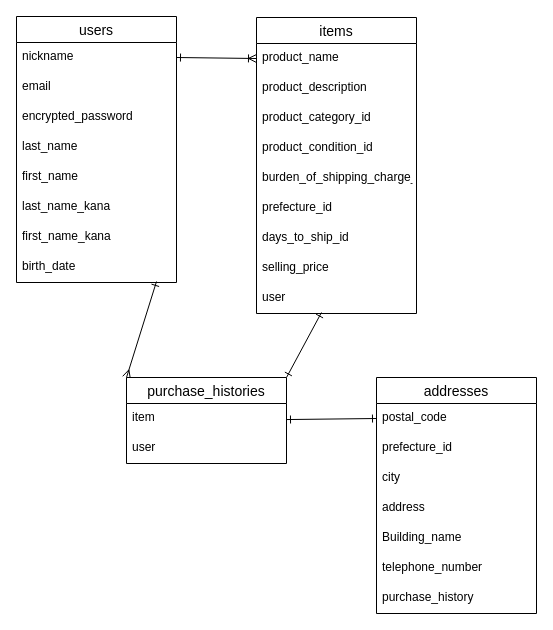
Above: FURIMA-37117.dio in nakayoshi11/furima-37117 (draw.io), before the change. Source tidied: cells renumbered, new cells numbered last; positions are measured from the earlier drawing's top-left corner, leaving out a move shared by most shapes. Both pictures are drawn from the tidied source at 100%, with x=0, y=0 at pixel (16, 16).
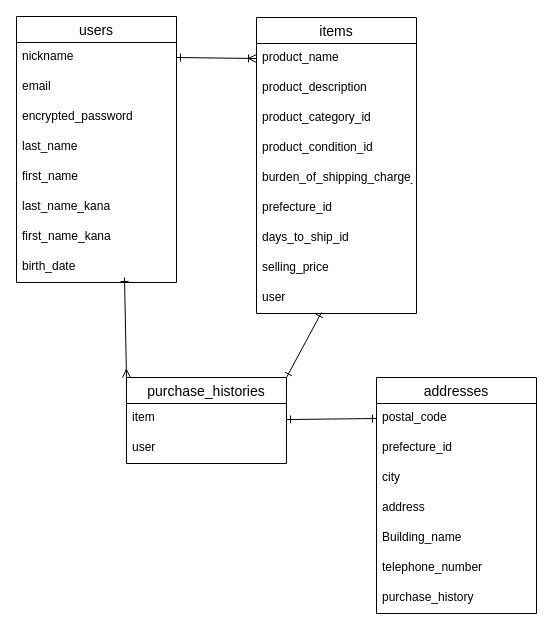
The same diagram, later.

Unchanged cells that the change refers to:
```xml
<mxCell id="20" value="birth_date" style="text;strokeColor=none;fillColor=none;spacingLeft=4;spacingRight=4;overflow=hidden;points=[[0,0.5],[1,0.5]];portConstraint=eastwest;fontSize=12;" parent="12" vertex="1">
  <mxGeometry y="236" width="160" height="30" as="geometry" />
</mxCell>
<mxCell id="32" value="purchase_histories" style="swimlane;fontStyle=0;horizontal=1;startSize=26;align=center;fontSize=14;" parent="1" vertex="1">
  <mxGeometry x="110" y="361" width="160" height="86" as="geometry" />
</mxCell>
```

What changed in the source:
```diff
@@
-    <mxCell id="29" style="edgeStyle=none;html=1;exitX=0;exitY=0;exitDx=0;exitDy=0;startArrow=ERmany;startFill=0;endArrow=ERone;endFill=0;entryX=0.875;entryY=0.967;entryDx=0;entryDy=0;entryPerimeter=0;" parent="1" edge="1" source="32" target="20">
-      <mxGeometry relative="1" as="geometry" />
+    <mxCell id="29" style="edgeStyle=none;html=1;exitX=0;exitY=0;exitDx=0;exitDy=0;startArrow=ERmany;startFill=0;endArrow=ERone;endFill=0;" parent="1" edge="1" source="32">
+      <mxGeometry relative="1" as="geometry">
+        <mxPoint x="108" y="261" as="targetPoint" />
+      </mxGeometry>
     </mxCell>
```
